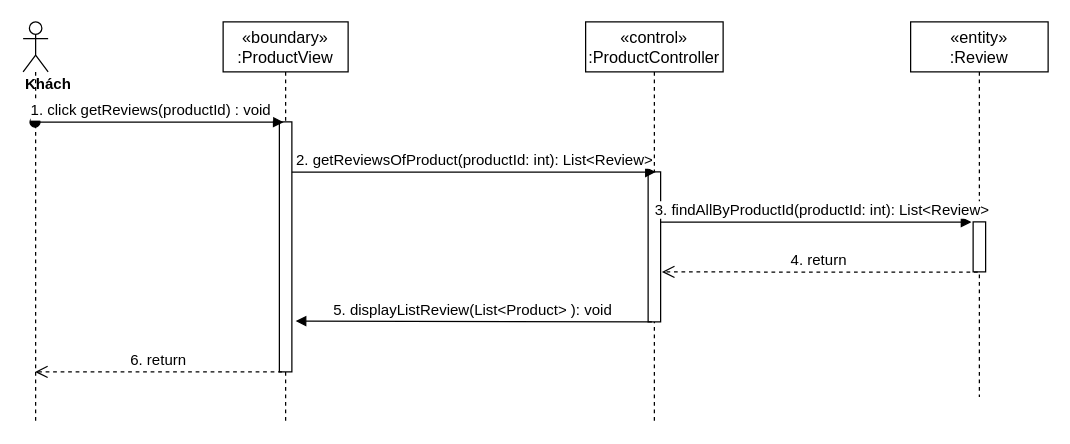
This is sequence diagram/getReviews-sequence.drawio from nguyenphamvan/datn_20202, a draw.io file, before an edit. Source tidied: cells renumbered, new cells numbered last; positions are measured from the earlier drawing's top-left corner, leaving out a move shared by most shapes. Both pictures are drawn from the tidied source at 125%, with x=0, y=0 at pixel (22, 21).
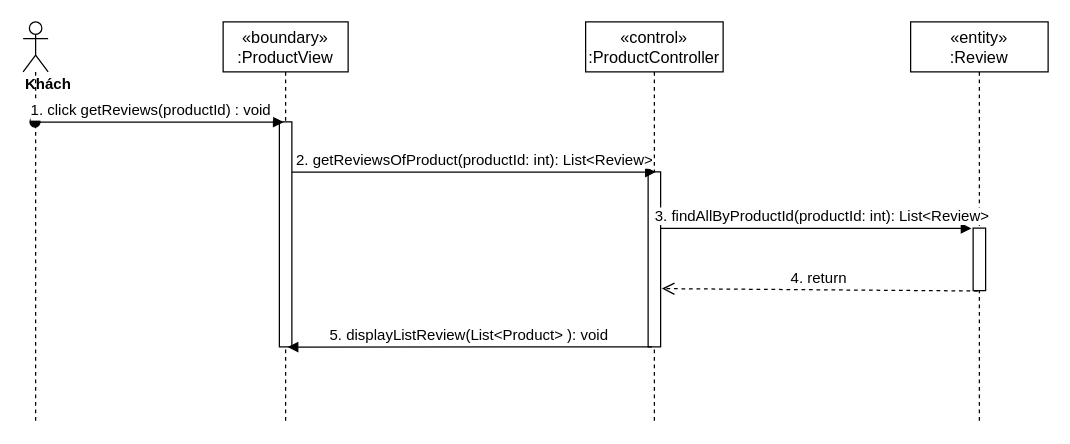
The same page after the edit.

Change to the diagram source:
```diff
@@
 <mxGraphModel>
   <root>
     <mxCell id="0" />
     <mxCell id="1" parent="0" />
     <mxCell id="2" value="«boundary»&#10;:ProductView" style="shape=umlLifeline;perimeter=lifelinePerimeter;rounded=0;shadow=0;strokeWidth=1;fontSize=13;" parent="1" vertex="1">
       <mxGeometry x="160" width="100" height="320" as="geometry" />
     </mxCell>
     <mxCell id="3" style="points=[];perimeter=orthogonalPerimeter;rounded=0;shadow=0;strokeWidth=1;" parent="2" vertex="1">
-      <mxGeometry x="45" y="80" width="10" height="200" as="geometry" />
+      <mxGeometry x="45" y="80" width="10" height="180" as="geometry" />
     </mxCell>
     <mxCell id="4" value="«control»&#10;:ProductController" style="shape=umlLifeline;perimeter=lifelinePerimeter;rounded=0;shadow=0;strokeWidth=1;fontSize=13;" parent="1" vertex="1">
       <mxGeometry x="450" width="110" height="320" as="geometry" />
     </mxCell>
     <mxCell id="5" style="points=[];perimeter=orthogonalPerimeter;rounded=0;shadow=0;strokeWidth=1;" parent="4" vertex="1">
-      <mxGeometry x="50" y="120" width="10" height="120" as="geometry" />
+      <mxGeometry x="50" y="120" width="10" height="140" as="geometry" />
     </mxCell>
     <mxCell id="6" value="&lt;div&gt;&lt;b&gt;Khách&lt;/b&gt;&lt;/div&gt;" style="shape=umlLifeline;participant=umlActor;perimeter=lifelinePerimeter;whiteSpace=wrap;html=1;verticalAlign=top;spacingTop=36;outlineConnect=0;align=left;" parent="1" vertex="1">
       <mxGeometry width="20" height="320" as="geometry" />
     </mxCell>
     <mxCell id="7" value="1. click getReviews(productId) : void" style="verticalAlign=bottom;startArrow=oval;endArrow=block;startSize=8;shadow=0;strokeWidth=1;entryX=0.34;entryY=0.001;entryDx=0;entryDy=0;entryPerimeter=0;fontSize=12;" parent="1" edge="1" source="6" target="3">
       <mxGeometry x="-0.06" relative="1" as="geometry" />
     </mxCell>
     <mxCell id="8" value="&lt;font style=&quot;font-size: 12px&quot;&gt;2. getReviewsOfProduct(productId: int): List&amp;lt;Review&amp;gt;&lt;/font&gt;" style="html=1;verticalAlign=bottom;endArrow=block;entryX=0.617;entryY=0.001;entryDx=0;entryDy=0;entryPerimeter=0;" parent="1" edge="1" source="3" target="5">
       <mxGeometry relative="1" as="geometry" />
     </mxCell>
     <mxCell id="9" value="«entity»&#10;:Review" style="shape=umlLifeline;perimeter=lifelinePerimeter;rounded=0;shadow=0;strokeWidth=1;fontSize=13;" parent="1" vertex="1">
-      <mxGeometry x="710" width="110" height="300" as="geometry" />
+      <mxGeometry x="710" width="110" height="320" as="geometry" />
     </mxCell>
     <mxCell id="10" style="points=[];perimeter=orthogonalPerimeter;rounded=0;shadow=0;strokeWidth=1;" parent="9" vertex="1">
-      <mxGeometry x="50" y="160" width="10" height="40" as="geometry" />
+      <mxGeometry x="50" y="165" width="10" height="50" as="geometry" />
     </mxCell>
     <mxCell id="11" value="&lt;font style=&quot;font-size: 12px&quot;&gt;3. findAllByProductId(productId: int): List&amp;lt;Review&amp;gt;&lt;/font&gt;" style="html=1;verticalAlign=bottom;endArrow=block;entryX=-0.133;entryY=0.004;entryDx=0;entryDy=0;entryPerimeter=0;" parent="1" edge="1" source="5" target="10">
       <mxGeometry x="0.04" relative="1" as="geometry" />
     </mxCell>
     <mxCell id="12" value="&lt;font style=&quot;font-size: 12px&quot;&gt;4. return&amp;nbsp;&lt;/font&gt;" style="html=1;verticalAlign=bottom;endArrow=open;dashed=1;endSize=8;exitX=0.367;exitY=1.006;exitDx=0;exitDy=0;exitPerimeter=0;entryX=1.1;entryY=0.667;entryDx=0;entryDy=0;entryPerimeter=0;" parent="1" edge="1" source="10" target="5">
       <mxGeometry relative="1" as="geometry" />
     </mxCell>
-    <mxCell id="13" value="5. displayListReview(List&lt;Product&gt; ): void" style="verticalAlign=bottom;endArrow=block;shadow=0;strokeWidth=1;exitX=0.3;exitY=1;exitDx=0;exitDy=0;exitPerimeter=0;entryX=1.3;entryY=0.797;entryDx=0;entryDy=0;entryPerimeter=0;fontSize=12;" parent="1" edge="1" source="5" target="3">
+    <mxCell id="13" value="5. displayListReview(List&lt;Product&gt; ): void" style="verticalAlign=bottom;endArrow=block;shadow=0;strokeWidth=1;exitX=0.3;exitY=1;exitDx=0;exitDy=0;exitPerimeter=0;fontSize=12;entryX=0.66;entryY=1.001;entryDx=0;entryDy=0;entryPerimeter=0;" parent="1" edge="1" source="5" target="3">
       <mxGeometry relative="1" as="geometry" />
     </mxCell>
-    <mxCell id="14" value="&lt;font style=&quot;font-size: 12px&quot;&gt;6. return&lt;/font&gt;" style="html=1;verticalAlign=bottom;endArrow=open;dashed=1;endSize=8;exitX=0.2;exitY=1;exitDx=0;exitDy=0;exitPerimeter=0;" parent="1" edge="1" source="3" target="6">
-      <mxGeometry relative="1" as="geometry" />
-    </mxCell>
   </root>
 </mxGraphModel>
```
